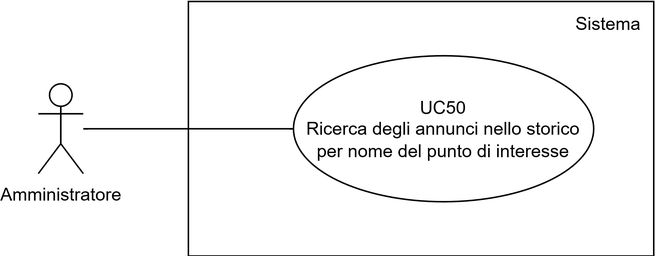
Earlier version of the draw.io export assets/use_cases/UC50.png (SWEatUNIPD/docs). Source tidied: cells renumbered, new cells last; positions are measured from the earlier drawing's top-left corner, leaving out a move shared by most shapes.
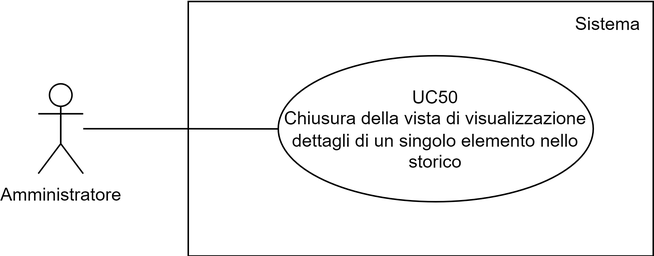
The same file after the commit.

Change to the diagram source:
```diff
@@ -11,8 +11,8 @@
     <mxCell id="4" value="Amministratore" style="shape=umlActor;verticalLabelPosition=bottom;verticalAlign=top;html=1;outlineConnect=0;" parent="1" vertex="1">
       <mxGeometry y="55.5" width="30" height="60" as="geometry" />
     </mxCell>
-    <mxCell id="5" value="UC50&lt;div&gt;Ricerca degli annunci nello storico per nome del punto di interesse&lt;/div&gt;" style="ellipse;whiteSpace=wrap;html=1;fillColor=none;" parent="1" vertex="1">
-      <mxGeometry x="170" y="36.8" width="200" height="97.5" as="geometry" />
+    <mxCell id="5" value="UC50&lt;div&gt;Chiusura della vista di visualizzazione dettagli di un singolo elemento nello storico&lt;/div&gt;" style="ellipse;whiteSpace=wrap;html=1;fillColor=none;" parent="1" vertex="1">
+      <mxGeometry x="160" y="36.8" width="210" height="97.5" as="geometry" />
     </mxCell>
     <mxCell id="6" value="Sistema" style="text;html=1;align=center;verticalAlign=middle;whiteSpace=wrap;rounded=0;" parent="1" vertex="1">
       <mxGeometry x="350" y="0.5" width="60" height="30" as="geometry" />
```
